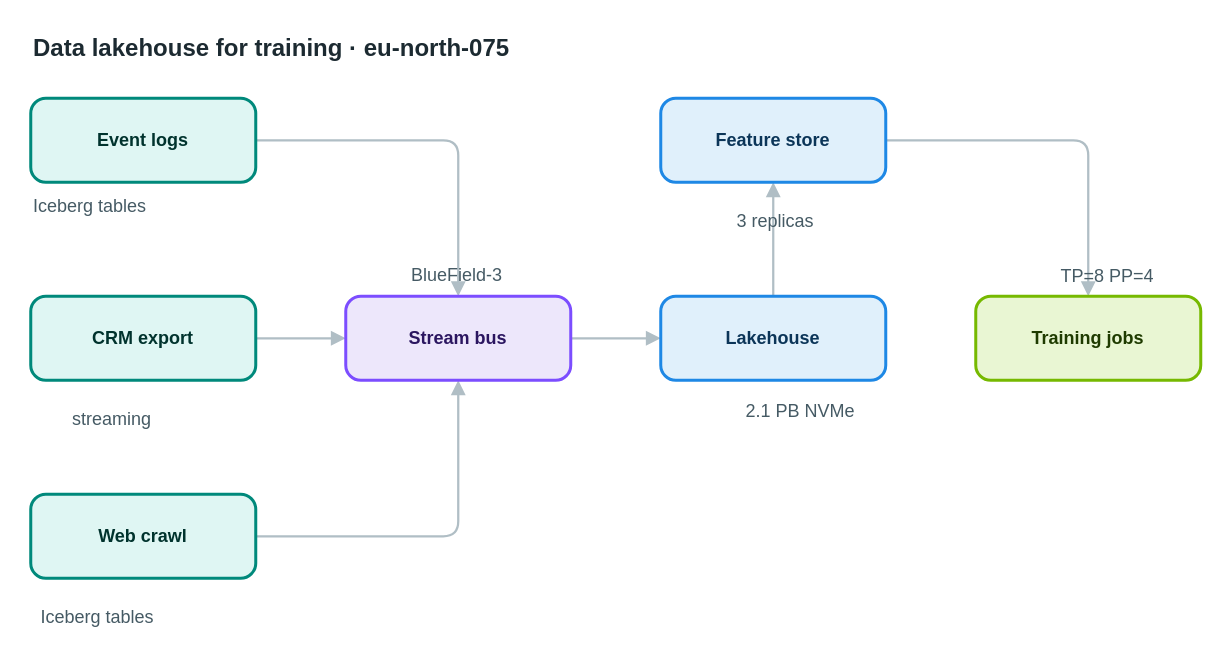
This is apps/web/public/samples/library/075-data-lakehouse-for-training.drawio from AryanG01/open-apprentice, a draw.io file, before an edit. Source tidied: cells renumbered, new cells numbered last; positions are measured from the earlier drawing's top-left corner, leaving out a move shared by most shapes. Both pictures are drawn from the tidied source at 150%, with x=0, y=0 at pixel (30, 26).
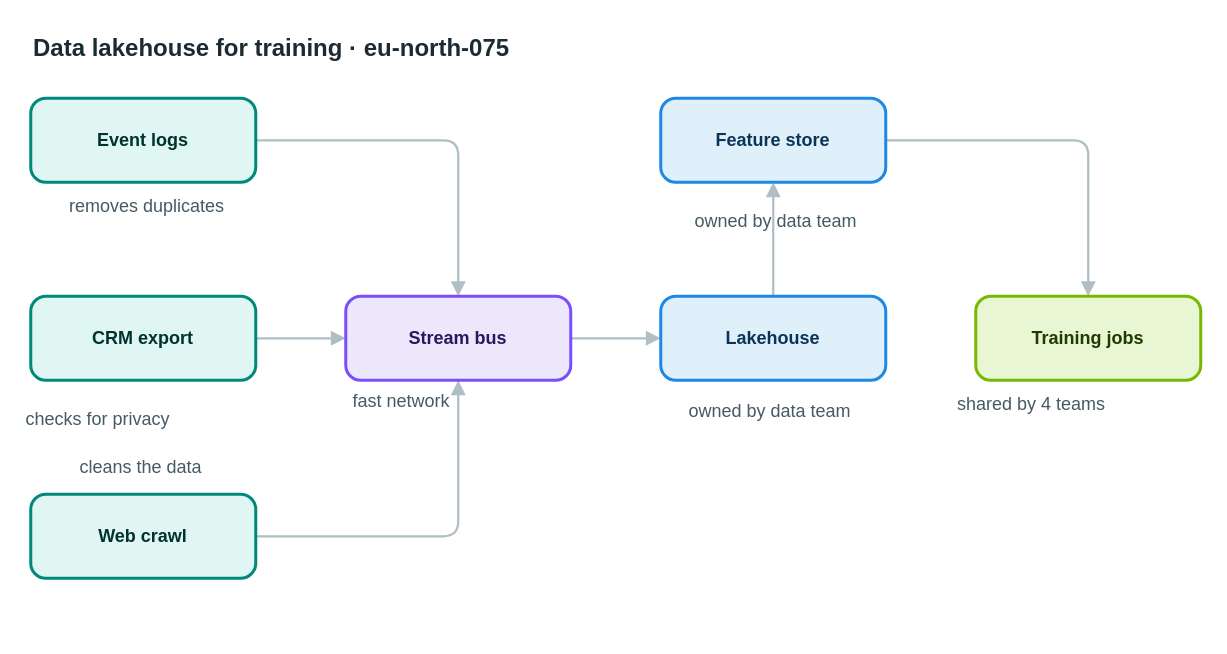
After the change.

The edit, as a diff of the source:
```diff
@@
-    <mxCell id="16" value="Iceberg tables" style="text;html=1;align=left;verticalAlign=top;whiteSpace=nowrap;spacing=0;spacingTop=0;strokeColor=none;fillColor=none;fontSize=12;fontColor=#455a64;" parent="1" vertex="1">
-      <mxGeometry x="2" y="108" width="110" height="20" as="geometry" />
+    <mxCell id="16" value="removes duplicates" style="text;html=1;align=left;verticalAlign=top;whiteSpace=nowrap;spacing=0;spacingTop=0;strokeColor=none;fillColor=none;fontSize=12;fontColor=#455a64;" parent="1" vertex="1">
+      <mxGeometry x="26" y="108" width="138" height="20" as="geometry" />
     </mxCell>
-    <mxCell id="17" value="streaming" style="text;html=1;align=left;verticalAlign=top;whiteSpace=nowrap;spacing=0;spacingTop=0;strokeColor=none;fillColor=none;fontSize=12;fontColor=#455a64;" parent="1" vertex="1">
-      <mxGeometry x="28" y="250" width="75" height="20" as="geometry" />
+    <mxCell id="17" value="checks for privacy" style="text;html=1;align=left;verticalAlign=top;whiteSpace=nowrap;spacing=0;spacingTop=0;strokeColor=none;fillColor=none;fontSize=12;fontColor=#455a64;" parent="1" vertex="1">
+      <mxGeometry x="-3" y="250" width="138" height="20" as="geometry" />
     </mxCell>
-    <mxCell id="18" value="Iceberg tables" style="text;html=1;align=left;verticalAlign=top;whiteSpace=nowrap;spacing=0;spacingTop=0;strokeColor=none;fillColor=none;fontSize=12;fontColor=#455a64;" parent="1" vertex="1">
-      <mxGeometry x="7" y="382" width="110" height="20" as="geometry" />
+    <mxCell id="18" value="cleans the data" style="text;html=1;align=left;verticalAlign=top;whiteSpace=nowrap;spacing=0;spacingTop=0;strokeColor=none;fillColor=none;fontSize=12;fontColor=#455a64;" parent="1" vertex="1">
+      <mxGeometry x="33" y="282" width="117" height="20" as="geometry" />
     </mxCell>
-    <mxCell id="19" value="BlueField-3" style="text;html=1;align=left;verticalAlign=top;whiteSpace=nowrap;spacing=0;spacingTop=0;strokeColor=none;fillColor=none;fontSize=12;fontColor=#455a64;" parent="1" vertex="1">
-      <mxGeometry x="254" y="154" width="89" height="20" as="geometry" />
+    <mxCell id="19" value="fast network" style="text;html=1;align=left;verticalAlign=top;whiteSpace=nowrap;spacing=0;spacingTop=0;strokeColor=none;fillColor=none;fontSize=12;fontColor=#455a64;" parent="1" vertex="1">
+      <mxGeometry x="215" y="238" width="96" height="20" as="geometry" />
     </mxCell>
-    <mxCell id="20" value="2.1 PB NVMe" style="text;html=1;align=left;verticalAlign=top;whiteSpace=nowrap;spacing=0;spacingTop=0;strokeColor=none;fillColor=none;fontSize=12;fontColor=#455a64;" parent="1" vertex="1">
-      <mxGeometry x="477" y="245" width="89" height="20" as="geometry" />
+    <mxCell id="20" value="owned by data team" style="text;html=1;align=left;verticalAlign=top;whiteSpace=nowrap;spacing=0;spacingTop=0;strokeColor=none;fillColor=none;fontSize=12;fontColor=#455a64;" parent="1" vertex="1">
+      <mxGeometry x="439" y="245" width="138" height="20" as="geometry" />
     </mxCell>
-    <mxCell id="21" value="3 replicas" style="text;html=1;align=left;verticalAlign=top;whiteSpace=nowrap;spacing=0;spacingTop=0;strokeColor=none;fillColor=none;fontSize=12;fontColor=#455a64;" parent="1" vertex="1">
-      <mxGeometry x="471" y="118" width="82" height="20" as="geometry" />
+    <mxCell id="21" value="owned by data team" style="text;html=1;align=left;verticalAlign=top;whiteSpace=nowrap;spacing=0;spacingTop=0;strokeColor=none;fillColor=none;fontSize=12;fontColor=#455a64;" parent="1" vertex="1">
+      <mxGeometry x="443" y="118" width="138" height="20" as="geometry" />
     </mxCell>
-    <mxCell id="22" value="TP=8 PP=4" style="text;html=1;align=left;verticalAlign=top;whiteSpace=nowrap;spacing=0;spacingTop=0;strokeColor=none;fillColor=none;fontSize=12;fontColor=#455a64;" parent="1" vertex="1">
-      <mxGeometry x="687" y="155" width="75" height="20" as="geometry" />
+    <mxCell id="22" value="shared by 4 teams" style="text;html=1;align=left;verticalAlign=top;whiteSpace=nowrap;spacing=0;spacingTop=0;strokeColor=none;fillColor=none;fontSize=12;fontColor=#455a64;" parent="1" vertex="1">
+      <mxGeometry x="618" y="240" width="131" height="20" as="geometry" />
     </mxCell>
```
